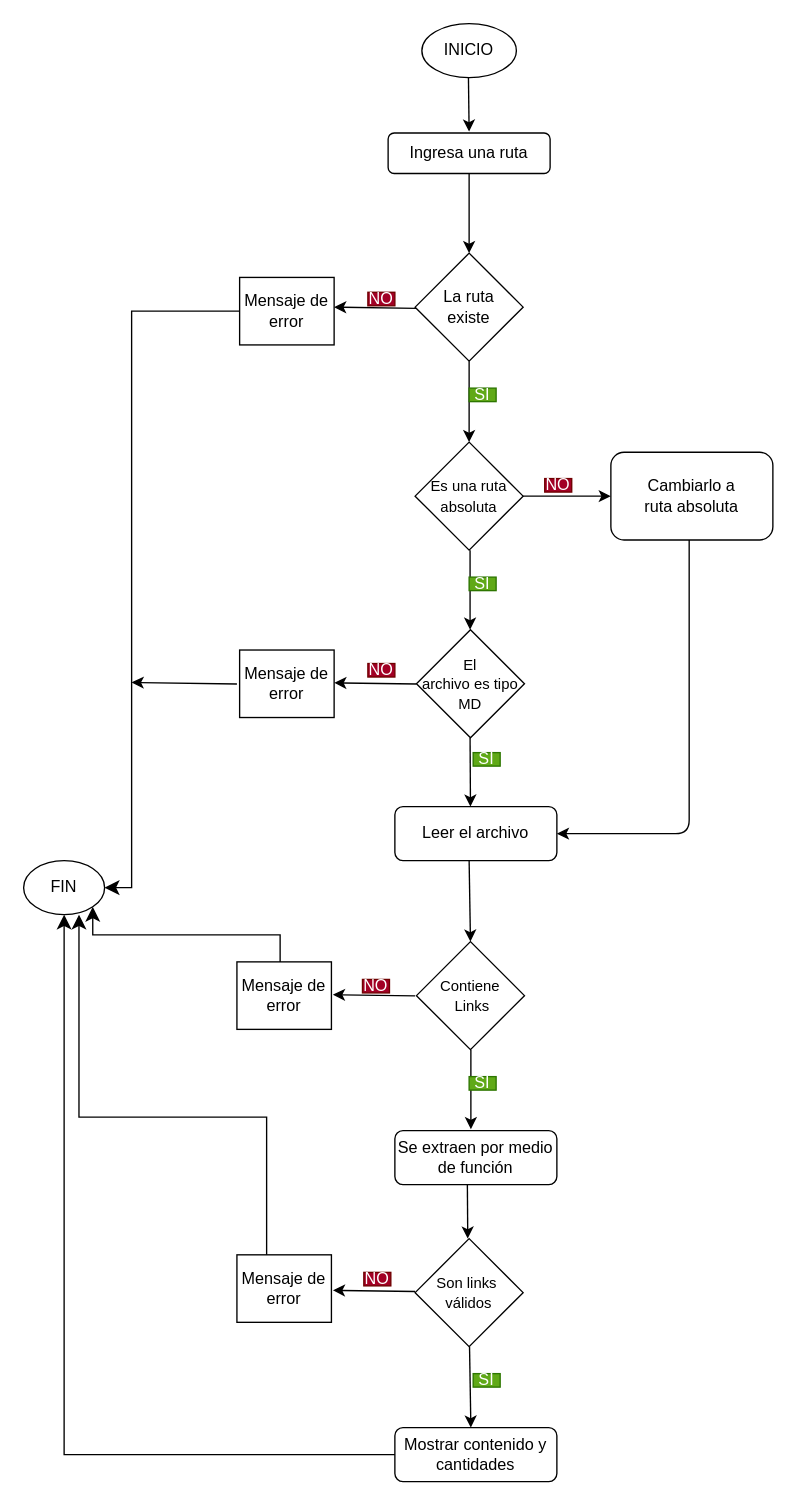
This is diagrama.drawio from PQ2505/DEV002-md-links, a draw.io file, before an edit. Source tidied: cells renumbered, new cells numbered last; positions are measured from the earlier drawing's top-left corner, leaving out a move shared by most shapes. Both pictures are drawn from the tidied source at 135%, with x=0, y=0 at pixel (23, 23).
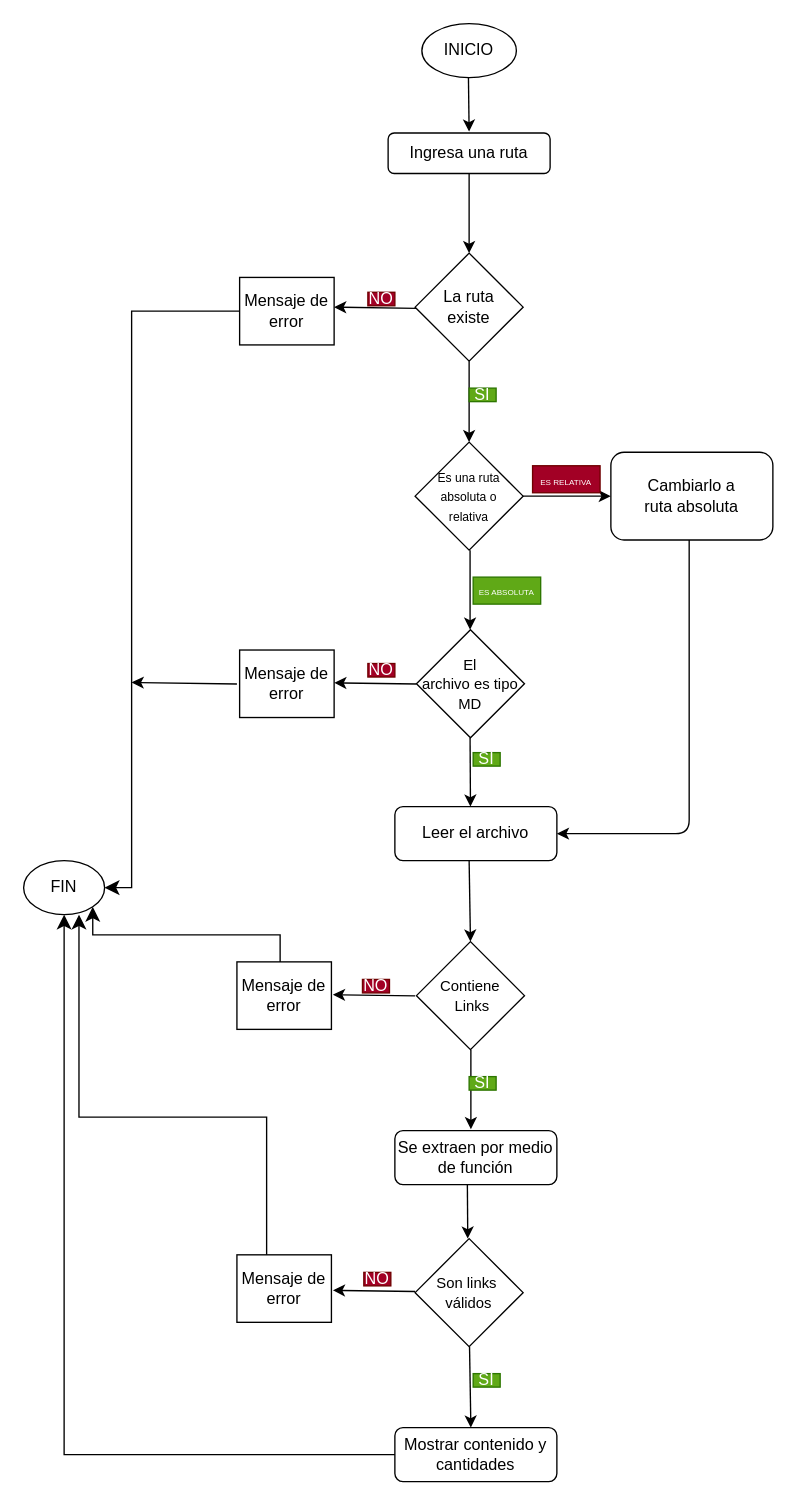
After the change.

Commit message (it also covers changes not shown here):
Se hacen algunos cambios en el diagrama, y se crea funcion para validar si una ruta existe

The edit, as a diff of the source:
```diff
@@
-    <mxCell id="14" value="&lt;font style=&quot;font-size: 11px;&quot;&gt;Es una ruta absoluta&lt;/font&gt;" style="rhombus;whiteSpace=wrap;html=1;" parent="1" vertex="1">
+    <mxCell id="14" value="&lt;font style=&quot;font-size: 9px;&quot;&gt;Es una ruta absoluta o &lt;br&gt;relativa&lt;/font&gt;" style="rhombus;whiteSpace=wrap;html=1;" parent="1" vertex="1">
       <mxGeometry x="290" y="310" width="80" height="80" as="geometry" />
     </mxCell>
@@
-    <mxCell id="17" value="NO" style="text;html=1;strokeColor=#6F0000;fillColor=#a20025;align=center;verticalAlign=middle;whiteSpace=wrap;rounded=0;fontColor=#ffffff;" parent="1" vertex="1">
-      <mxGeometry x="386" y="337" width="20" height="10" as="geometry" />
+    <mxCell id="17" value="&lt;font style=&quot;font-size: 6px;&quot;&gt;ES RELATIVA&lt;/font&gt;" style="text;html=1;strokeColor=#6F0000;fillColor=#a20025;align=center;verticalAlign=middle;whiteSpace=wrap;rounded=0;fontColor=#ffffff;" parent="1" vertex="1">
+      <mxGeometry x="377" y="327.5" width="50" height="20" as="geometry" />
     </mxCell>
-    <mxCell id="18" value="SI" style="text;html=1;strokeColor=#2D7600;fillColor=#60a917;align=center;verticalAlign=middle;whiteSpace=wrap;rounded=0;fontColor=#ffffff;" parent="1" vertex="1">
-      <mxGeometry x="330" y="410" width="20" height="10" as="geometry" />
+    <mxCell id="18" value="&lt;font style=&quot;font-size: 6px;&quot;&gt;ES ABSOLUTA&lt;/font&gt;" style="text;html=1;strokeColor=#2D7600;fillColor=#60a917;align=center;verticalAlign=middle;whiteSpace=wrap;rounded=0;fontColor=#ffffff;" parent="1" vertex="1">
+      <mxGeometry x="333" y="410" width="50" height="20" as="geometry" />
     </mxCell>
```
